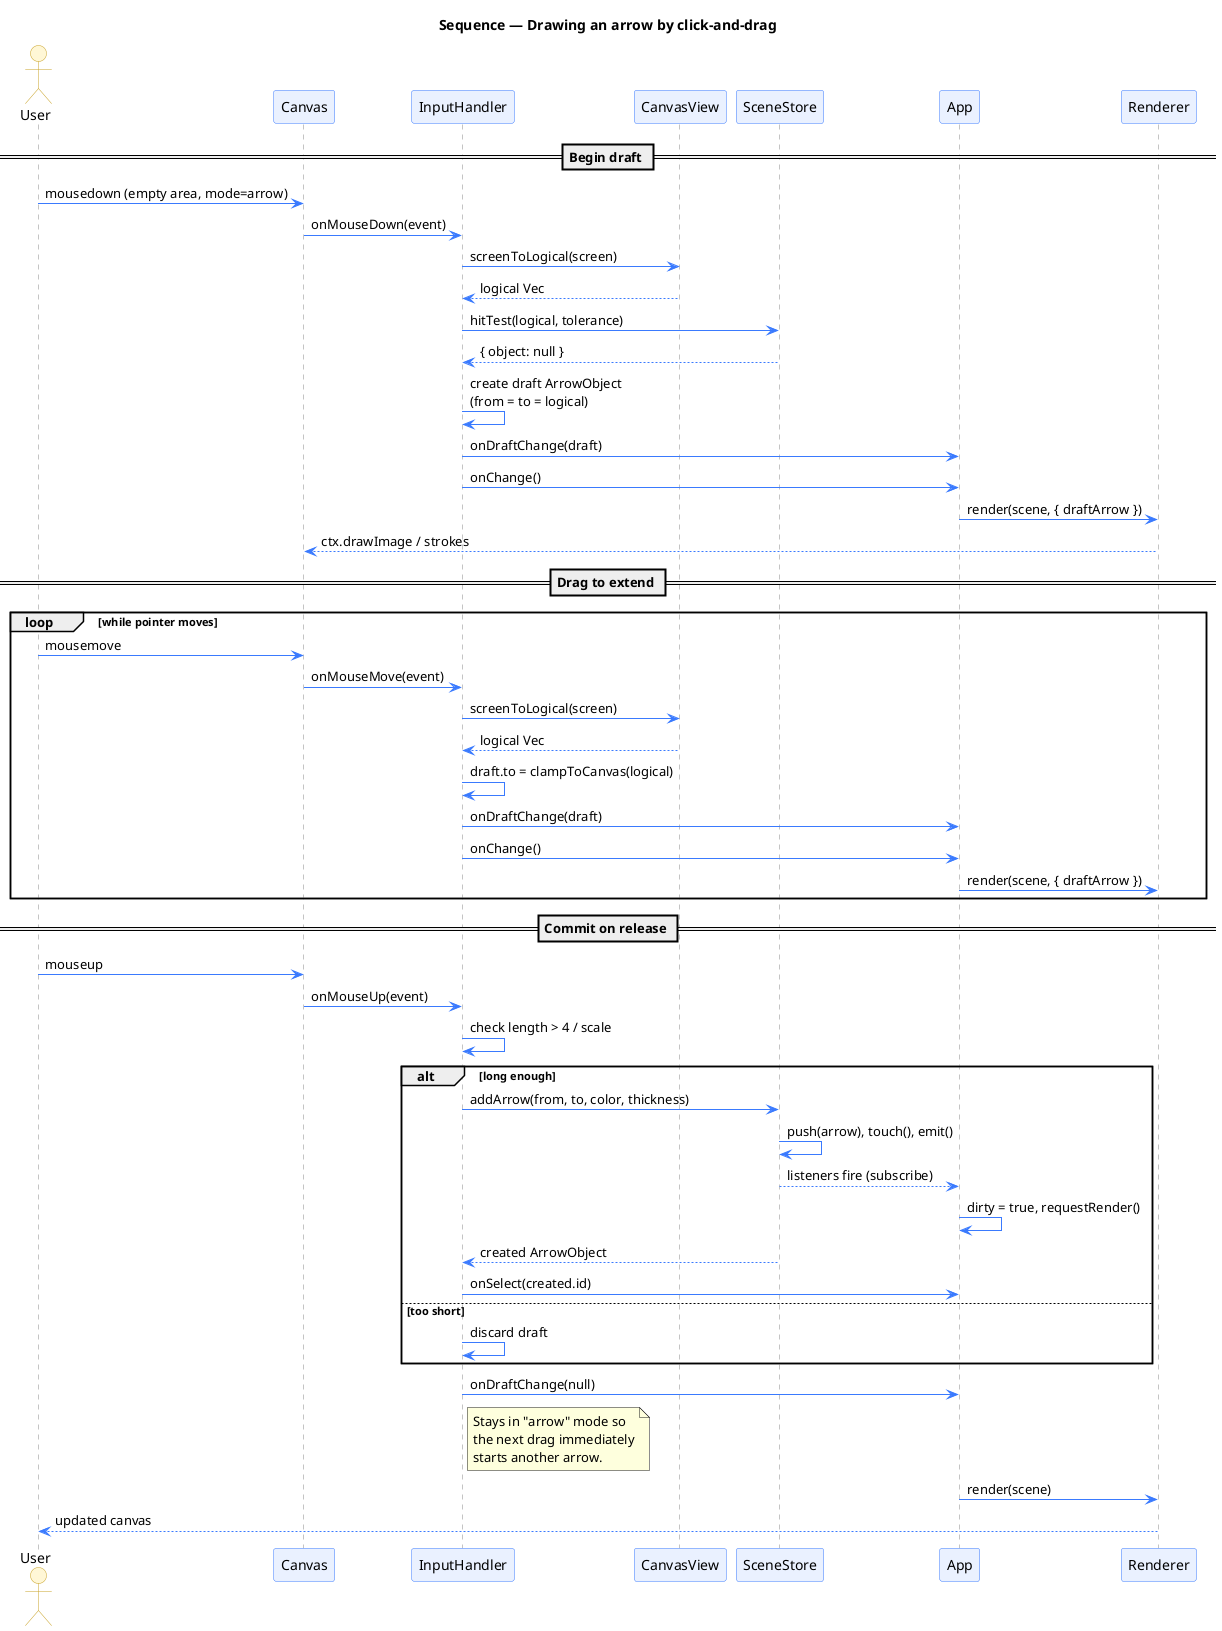
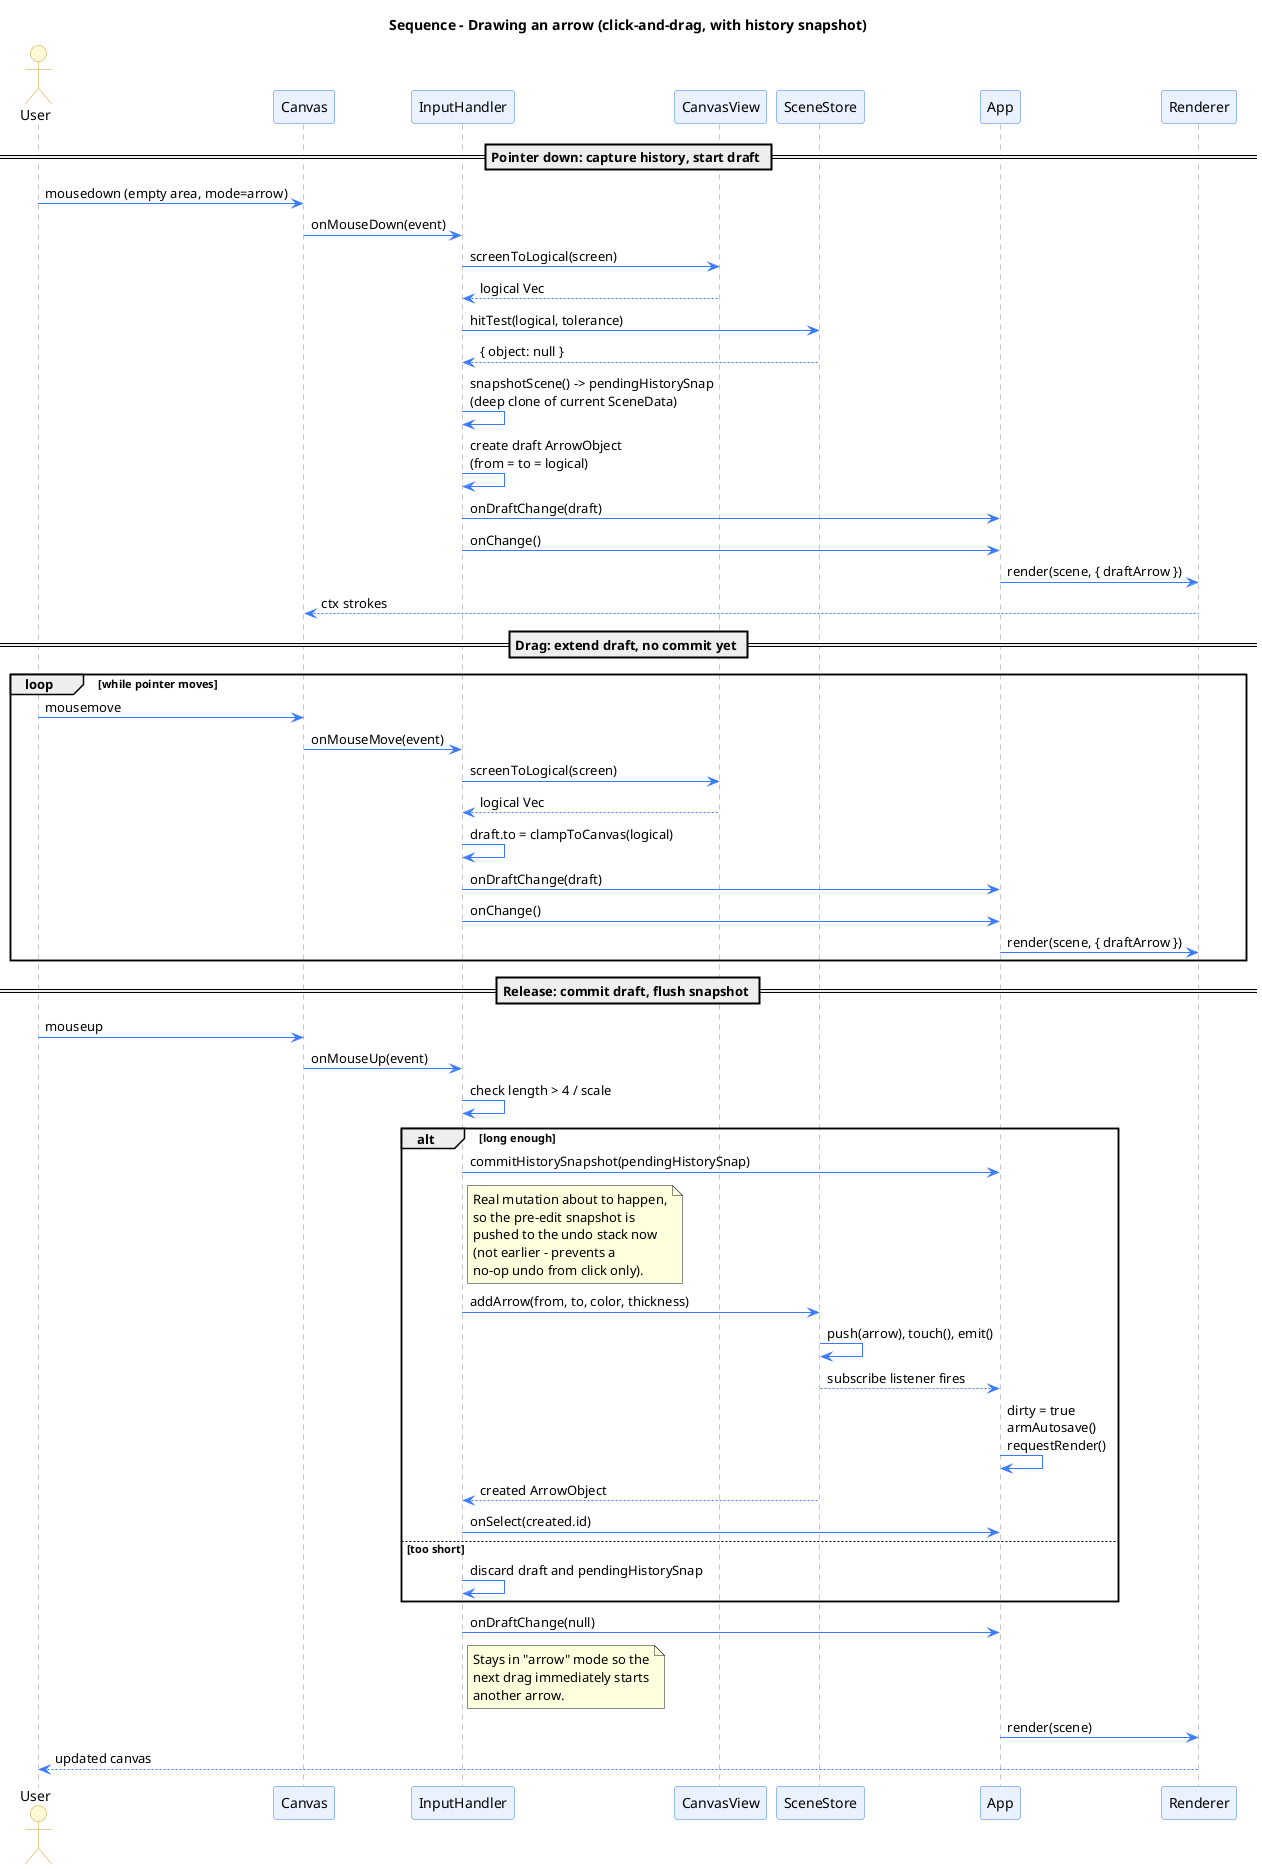
@startuml sequence-draw-arrow
- title Sequence — Drawing an arrow by click-and-drag
+ title Sequence - Drawing an arrow (click-and-drag, with history snapshot)

skinparam shadowing false
skinparam sequence {
  ArrowColor #3A7AFE
  LifeLineBorderColor #888888
  ParticipantBorderColor #3A7AFE
  ParticipantBackgroundColor #EAF1FF
  ActorBackgroundColor #FFF7D6
  ActorBorderColor #C9A227
}

actor User
participant Canvas as canvas
participant InputHandler as ih
participant CanvasView as view
participant SceneStore as store
participant App as app
participant Renderer as renderer

- == Begin draft ==
+ == Pointer down: capture history, start draft ==
User -> canvas : mousedown (empty area, mode=arrow)
canvas -> ih : onMouseDown(event)
ih -> view : screenToLogical(screen)
view --> ih : logical Vec
ih -> store : hitTest(logical, tolerance)
store --> ih : { object: null }
+ ih -> ih : snapshotScene() -> pendingHistorySnap\n(deep clone of current SceneData)
ih -> ih : create draft ArrowObject\n(from = to = logical)
ih -> app : onDraftChange(draft)
ih -> app : onChange()
app -> renderer : render(scene, { draftArrow })
- renderer --> canvas : ctx.drawImage / strokes
+ renderer --> canvas : ctx strokes

- == Drag to extend ==
+ == Drag: extend draft, no commit yet ==
loop while pointer moves
  User -> canvas : mousemove
  canvas -> ih : onMouseMove(event)
  ih -> view : screenToLogical(screen)
  view --> ih : logical Vec
  ih -> ih : draft.to = clampToCanvas(logical)
  ih -> app : onDraftChange(draft)
  ih -> app : onChange()
  app -> renderer : render(scene, { draftArrow })
end

- == Commit on release ==
+ == Release: commit draft, flush snapshot ==
User -> canvas : mouseup
canvas -> ih : onMouseUp(event)
ih -> ih : check length > 4 / scale
alt long enough
+   ih -> app : commitHistorySnapshot(pendingHistorySnap)
+   note right of ih
+     Real mutation about to happen,
+     so the pre-edit snapshot is
+     pushed to the undo stack now
+     (not earlier - prevents a
+     no-op undo from click only).
+   end note
  ih -> store : addArrow(from, to, color, thickness)
  store -> store : push(arrow), touch(), emit()
-   store --> app : listeners fire (subscribe)
-   app -> app : dirty = true, requestRender()
+   store --> app : subscribe listener fires
+   app -> app : dirty = true\narmAutosave()\nrequestRender()
  store --> ih : created ArrowObject
  ih -> app : onSelect(created.id)
else too short
-   ih -> ih : discard draft
+   ih -> ih : discard draft and pendingHistorySnap
end
ih -> app : onDraftChange(null)
note right of ih
-   Stays in "arrow" mode so
-   the next drag immediately
-   starts another arrow.
+   Stays in "arrow" mode so the
+   next drag immediately starts
+   another arrow.
end note
app -> renderer : render(scene)
renderer --> User : updated canvas

@enduml
